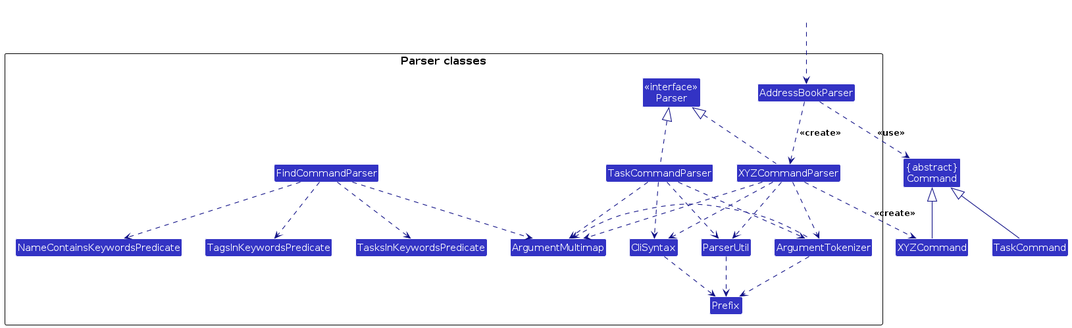
Before: diagrams/ParserClasses.png, a diagram exported from PlantUML (wilsonsfh/tp). Its source is kept beside it as diagrams/ParserClasses.puml. The source it was exported from:
```plantuml
@startuml
!include style.puml
skinparam arrowThickness 1.1
skinparam arrowColor LOGIC_COLOR_T4
skinparam classBackgroundColor LOGIC_COLOR

Class "{abstract}\nCommand" as Command
Class XYZCommand

package "Parser classes" {
Class "<<interface>>\nParser" as Parser
Class AddressBookParser
Class XYZCommandParser
Class CliSyntax
Class ParserUtil
Class ArgumentMultimap
Class ArgumentTokenizer
Class Prefix
Class FindCommandParser
Class NameContainsKeywordsPredicate
Class TagsInKeywordsPredicate
Class TasksInKeywordsPredicate
Class TaskCommandParser
}

Class TaskCommand
Class HiddenOutside #FFFFFF
HiddenOutside ..> AddressBookParser

AddressBookParser .down.> XYZCommandParser: <<create>>

XYZCommandParser ..> XYZCommand : <<create>>
AddressBookParser ..> Command : <<use>>
XYZCommandParser .up.|> Parser
XYZCommandParser ..> ArgumentMultimap
XYZCommandParser ..> ArgumentTokenizer
ArgumentTokenizer .left.> ArgumentMultimap
XYZCommandParser ..> CliSyntax
CliSyntax ..> Prefix
XYZCommandParser ..> ParserUtil
ParserUtil .down.> Prefix
ArgumentTokenizer .down.> Prefix
XYZCommand -up-|> Command

FindCommandParser ..> NameContainsKeywordsPredicate
FindCommandParser ..> TagsInKeywordsPredicate
FindCommandParser ..> TasksInKeywordsPredicate
FindCommandParser ..> ArgumentMultimap

TaskCommandParser .up.|> Parser
TaskCommand -up-|> Command

TaskCommandParser ..> ParserUtil
TaskCommandParser ..> ArgumentMultimap
TaskCommandParser ..> ArgumentTokenizer
TaskCommandParser ..> CliSyntax
@enduml
```
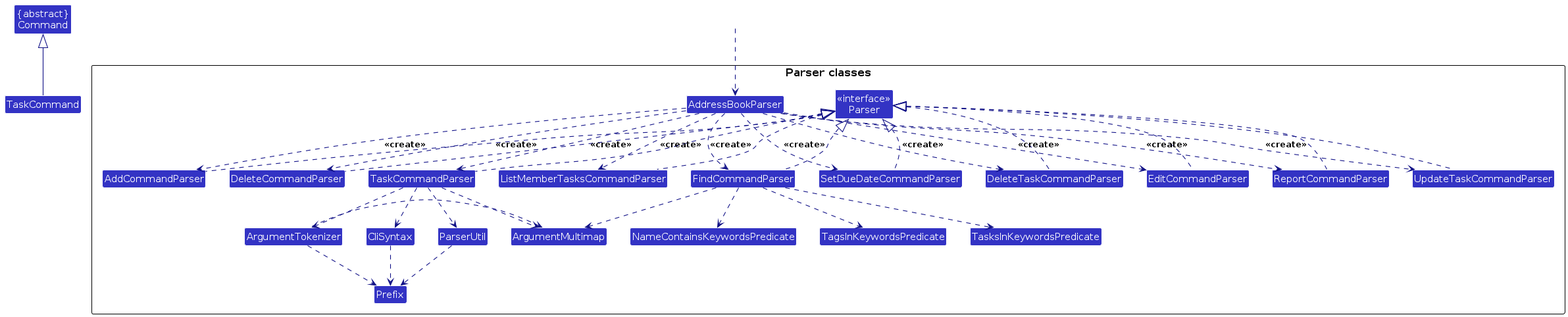
After the change.

Diff of the diagram source:
```diff
@@ -5,53 +5,73 @@
 skinparam classBackgroundColor LOGIC_COLOR
 
 Class "{abstract}\nCommand" as Command
-Class XYZCommand
+Class TaskCommand
+TaskCommand -up-|> Command
 
 package "Parser classes" {
-Class "<<interface>>\nParser" as Parser
-Class AddressBookParser
-Class XYZCommandParser
-Class CliSyntax
-Class ParserUtil
-Class ArgumentMultimap
-Class ArgumentTokenizer
-Class Prefix
-Class FindCommandParser
-Class NameContainsKeywordsPredicate
-Class TagsInKeywordsPredicate
-Class TasksInKeywordsPredicate
-Class TaskCommandParser
+
+  Class "<<interface>>\nParser" as Parser
+  Class AddressBookParser
+  Class AddCommandParser
+  Class DeleteCommandParser
+  Class DeleteTaskCommandParser
+  Class EditCommandParser
+  Class FindCommandParser
+  Class ListMemberTasksCommandParser
+  Class ReportCommandParser
+  Class SetDueDateCommandParser
+  Class TaskCommandParser
+  Class UpdateTaskCommandParser
+
+  Class CliSyntax
+  Class ParserUtil
+  Class ArgumentMultimap
+  Class ArgumentTokenizer
+  Class Prefix
+
+  Class NameContainsKeywordsPredicate
+  Class TagsInKeywordsPredicate
+  Class TasksInKeywordsPredicate
 }
 
-Class TaskCommand
-Class HiddenOutside #FFFFFF
-HiddenOutside ..> AddressBookParser
+AddCommandParser .up.|> Parser
+DeleteCommandParser .up.|> Parser
+DeleteTaskCommandParser .up.|> Parser
+EditCommandParser .up.|> Parser
+FindCommandParser .up.|> Parser
+ListMemberTasksCommandParser .up.|> Parser
+ReportCommandParser .up.|> Parser
+SetDueDateCommandParser .up.|> Parser
+TaskCommandParser .up.|> Parser
+UpdateTaskCommandParser .up.|> Parser
 
-AddressBookParser .down.> XYZCommandParser: <<create>>
-
-XYZCommandParser ..> XYZCommand : <<create>>
-AddressBookParser ..> Command : <<use>>
-XYZCommandParser .up.|> Parser
-XYZCommandParser ..> ArgumentMultimap
-XYZCommandParser ..> ArgumentTokenizer
-ArgumentTokenizer .left.> ArgumentMultimap
-XYZCommandParser ..> CliSyntax
-CliSyntax ..> Prefix
-XYZCommandParser ..> ParserUtil
-ParserUtil .down.> Prefix
-ArgumentTokenizer .down.> Prefix
-XYZCommand -up-|> Command
+AddressBookParser .down.> AddCommandParser : <<create>>
+AddressBookParser .down.> DeleteCommandParser : <<create>>
+AddressBookParser .down.> DeleteTaskCommandParser : <<create>>
+AddressBookParser .down.> EditCommandParser : <<create>>
+AddressBookParser .down.> FindCommandParser : <<create>>
+AddressBookParser .down.> ListMemberTasksCommandParser : <<create>>
+AddressBookParser .down.> ReportCommandParser : <<create>>
+AddressBookParser .down.> SetDueDateCommandParser : <<create>>
+AddressBookParser .down.> TaskCommandParser : <<create>>
+AddressBookParser .down.> UpdateTaskCommandParser : <<create>>
 
 FindCommandParser ..> NameContainsKeywordsPredicate
 FindCommandParser ..> TagsInKeywordsPredicate
 FindCommandParser ..> TasksInKeywordsPredicate
 FindCommandParser ..> ArgumentMultimap
 
-TaskCommandParser .up.|> Parser
-TaskCommand -up-|> Command
-
 TaskCommandParser ..> ParserUtil
 TaskCommandParser ..> ArgumentMultimap
 TaskCommandParser ..> ArgumentTokenizer
 TaskCommandParser ..> CliSyntax
+
+ParserUtil .down.> Prefix
+ArgumentTokenizer .down.> Prefix
+ArgumentTokenizer .left.> ArgumentMultimap
+CliSyntax ..> Prefix
+
+Class HiddenOutside #FFFFFF
+HiddenOutside ..> AddressBookParser
+
 @enduml
```
